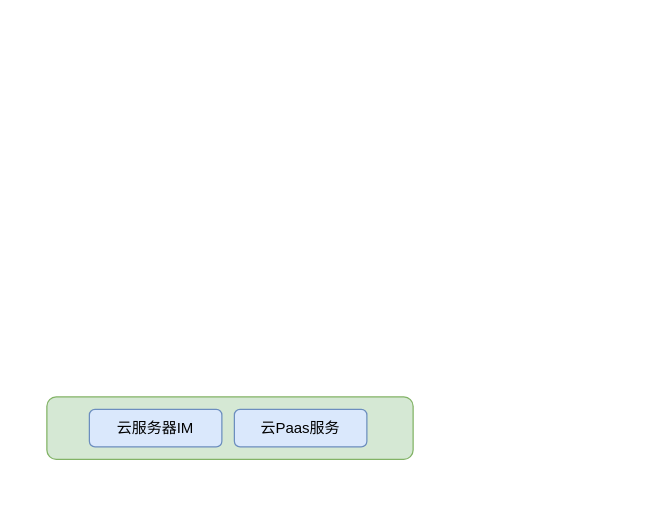
Above: 未命名绘图.drawio in richardwei195/blog (draw.io), before the change. Source tidied: cells renumbered, new cells numbered last; positions are measured from the earlier drawing's top-left corner, leaving out a move shared by most shapes. Both pictures are drawn from the tidied source at 125%, with x=0, y=0 at pixel (46, 396).
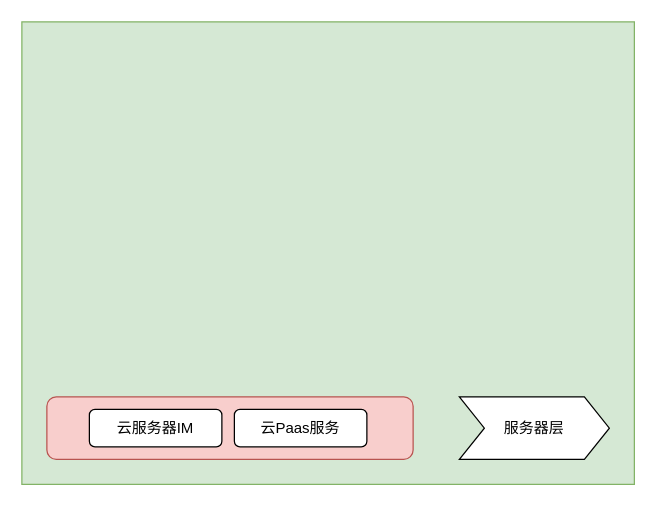
The same page after the edit.

Commit message (it also covers changes not shown here):
更新未命名绘图.drawio

The edit, as a diff of the source:
```diff
@@
 <mxGraphModel>
   <root>
     <mxCell id="0" />
     <mxCell id="1" parent="0" />
+    <mxCell id="5" style="rounded=0;whiteSpace=wrap;html=1;fillColor=#d5e8d4;strokeColor=#82b366;" parent="1" vertex="1">
+      <mxGeometry x="-20" y="-300" width="490" height="370" as="geometry" />
+    </mxCell>
-    <mxCell id="2" style="rounded=1;whiteSpace=wrap;html=1;fillColor=#d5e8d4;strokeColor=#82b366;" parent="1" vertex="1">
+    <mxCell id="2" style="rounded=1;whiteSpace=wrap;html=1;fillColor=#f8cecc;strokeColor=#b85450;" parent="1" vertex="1">
       <mxGeometry width="293" height="50" as="geometry" />
     </mxCell>
-    <mxCell id="3" value="云服务器IM" style="rounded=1;whiteSpace=wrap;html=1;fillColor=#dae8fc;strokeColor=#6c8ebf;" parent="1" vertex="1">
+    <mxCell id="3" value="云服务器IM" style="rounded=1;whiteSpace=wrap;html=1;" parent="1" vertex="1">
       <mxGeometry x="34" y="10" width="106" height="30" as="geometry" />
     </mxCell>
-    <mxCell id="4" value="云Paas服务" style="rounded=1;whiteSpace=wrap;html=1;fillColor=#dae8fc;strokeColor=#6c8ebf;" parent="1" vertex="1">
+    <mxCell id="4" value="云Paas服务" style="rounded=1;whiteSpace=wrap;html=1;" parent="1" vertex="1">
       <mxGeometry x="150" y="10" width="106" height="30" as="geometry" />
     </mxCell>
+    <mxCell id="6" value="服务器层" style="shape=step;perimeter=stepPerimeter;whiteSpace=wrap;html=1;fixedSize=1;" parent="1" vertex="1">
+      <mxGeometry x="330" width="120" height="50" as="geometry" />
+    </mxCell>
   </root>
 </mxGraphModel>
```
